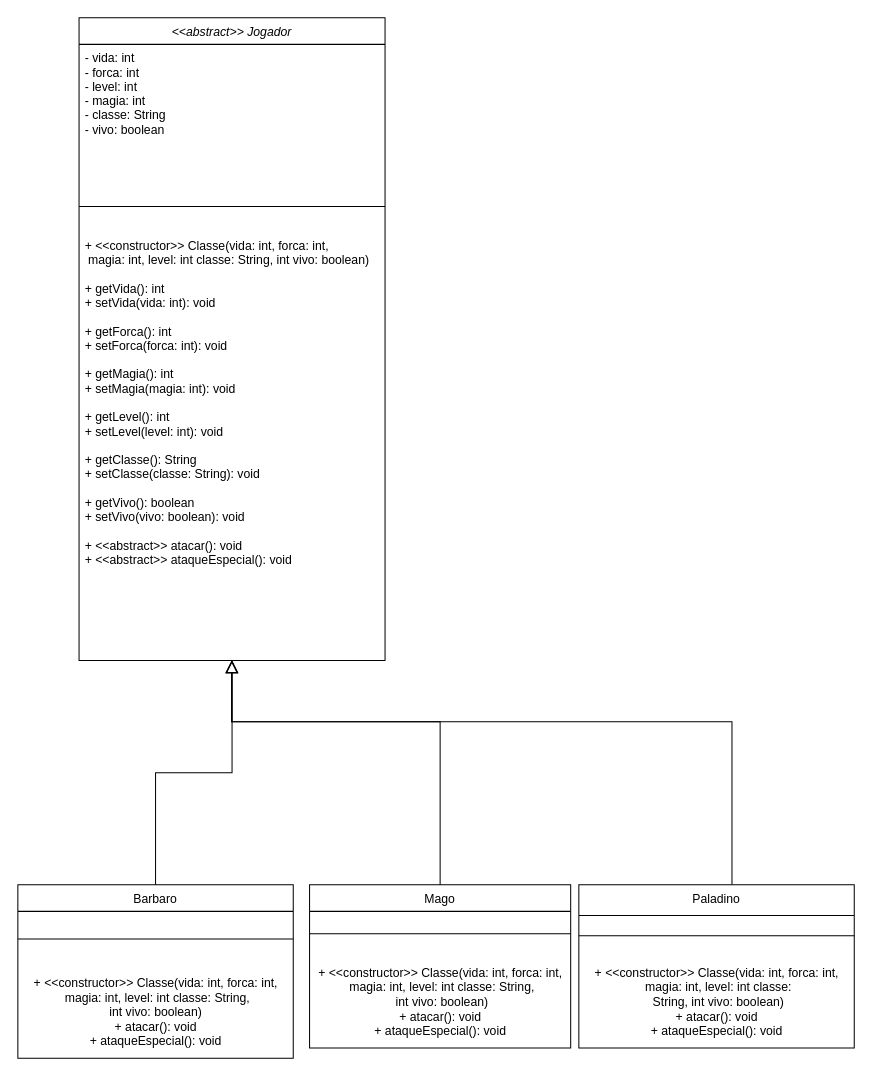
Earlier version of the draw.io diagram Diagrama sem nome.drawio (Pedry123/jogo_polimorfismo). Source tidied: cells renumbered, new cells numbered last; positions are measured from the earlier drawing's top-left corner, leaving out a move shared by most shapes. Both pictures are drawn from the tidied source at 102%, with x=0, y=0 at pixel (17, 17).
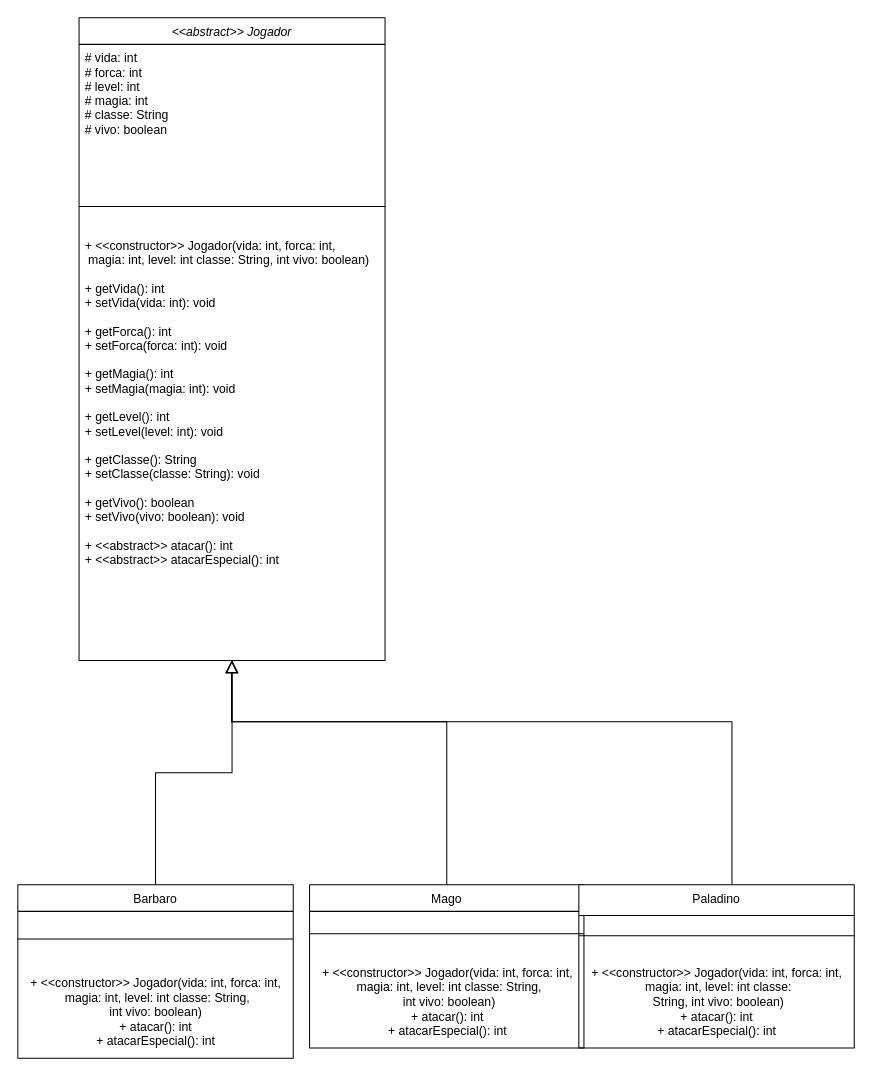
The same page after the edit.

The change refers to these unchanged cells:
```xml
<mxCell id="2" value="&lt;&lt;abstract&gt;&gt; Jogador" style="swimlane;fontStyle=2;align=center;verticalAlign=top;horizontal=1;startSize=26;rounded=0;shadow=0;strokeWidth=1;" parent="1" vertex="1">
  <mxGeometry x="60" width="300" height="630" as="geometry" />
</mxCell>
<mxCell id="7" value="Barbaro&#10;" style="swimlane;fontStyle=0;align=center;verticalAlign=top;horizontal=1;startSize=26;rounded=0;shadow=0;strokeWidth=1;" parent="1" vertex="1">
  <mxGeometry y="850" width="270" height="170" as="geometry" />
</mxCell>
<mxCell id="15" value="Paladino" style="swimlane;fontStyle=0;align=center;verticalAlign=top;horizontal=1;startSize=30;rounded=0;shadow=0;strokeWidth=1;" parent="1" vertex="1">
  <mxGeometry x="550" y="850" width="270" height="160" as="geometry" />
</mxCell>
```

Diff of the diagram source:
```diff
@@
-    <mxCell id="3" value="- vida: int&#10;- forca: int&#10;- level: int&#10;- magia: int&#10;- classe: String&#10;- vivo: boolean&#10;" style="text;align=left;verticalAlign=top;spacingLeft=4;spacingRight=4;overflow=hidden;" parent="2" vertex="1">
+    <mxCell id="3" value="# vida: int&#10;# forca: int&#10;# level: int&#10;# magia: int&#10;# classe: String&#10;# vivo: boolean&#10;" style="text;align=left;verticalAlign=top;spacingLeft=4;spacingRight=4;overflow=hidden;" parent="2" vertex="1">
       <mxGeometry y="26" width="300" height="134" as="geometry" />
     </mxCell>
@@
-    <mxCell id="6" value="+ &lt;&lt;constructor&gt;&gt; Classe(vida: int, forca: int,&#10; magia: int, level: int classe: String, int vivo: boolean)&#10;&#10;+ getVida(): int&#10;+ setVida(vida: int): void&#10;&#10;+ getForca(): int&#10;+ setForca(forca: int): void&#10;&#10;+ getMagia(): int&#10;+ setMagia(magia: int): void&#10;&#10;+ getLevel(): int&#10;+ setLevel(level: int): void&#10;&#10;+ getClasse(): String&#10;+ setClasse(classe: String): void&#10;&#10;+ getVivo(): boolean&#10;+ setVivo(vivo: boolean): void&#10;&#10;+ &lt;&lt;abstract&gt;&gt; atacar(): void&#10;+ &lt;&lt;abstract&gt;&gt; ataqueEspecial(): void&#10;" style="text;align=left;verticalAlign=top;spacingLeft=4;spacingRight=4;overflow=hidden;" parent="2" vertex="1">
+    <mxCell id="6" value="+ &lt;&lt;constructor&gt;&gt; Jogador(vida: int, forca: int,&#10; magia: int, level: int classe: String, int vivo: boolean)&#10;&#10;+ getVida(): int&#10;+ setVida(vida: int): void&#10;&#10;+ getForca(): int&#10;+ setForca(forca: int): void&#10;&#10;+ getMagia(): int&#10;+ setMagia(magia: int): void&#10;&#10;+ getLevel(): int&#10;+ setLevel(level: int): void&#10;&#10;+ getClasse(): String&#10;+ setClasse(classe: String): void&#10;&#10;+ getVivo(): boolean&#10;+ setVivo(vivo: boolean): void&#10;&#10;+ &lt;&lt;abstract&gt;&gt; atacar(): int&#10;+ &lt;&lt;abstract&gt;&gt; atacarEspecial(): int&#10;" style="text;align=left;verticalAlign=top;spacingLeft=4;spacingRight=4;overflow=hidden;" parent="2" vertex="1">
       <mxGeometry y="210" width="300" height="420" as="geometry" />
     </mxCell>
@@
-    <mxCell id="9" value="+ &amp;lt;&amp;lt;constructor&amp;gt;&amp;gt; Classe(vida: int, forca: int,&lt;br style=&quot;border-color: var(--border-color); padding: 0px; margin: 0px; text-align: left;&quot;&gt;&lt;span style=&quot;text-align: left;&quot;&gt;&amp;nbsp;magia: int, level: int classe: String, &lt;br&gt;int vivo: boolean)&lt;/span&gt;&lt;br&gt;+ atacar(): void&lt;br&gt;+ ataqueEspecial(): void" style="text;html=1;align=center;verticalAlign=middle;strokeColor=none;fillColor=none;" parent="7" vertex="1">
+    <mxCell id="9" value="+ &amp;lt;&amp;lt;constructor&amp;gt;&amp;gt; Jogador(vida: int, forca: int,&lt;br style=&quot;border-color: var(--border-color); padding: 0px; margin: 0px; text-align: left;&quot;&gt;&lt;span style=&quot;text-align: left;&quot;&gt;&amp;nbsp;magia: int, level: int classe: String, &lt;br&gt;int vivo: boolean)&lt;/span&gt;&lt;br&gt;+ atacar(): int&lt;br&gt;+ atacarEspecial(): int" style="text;html=1;align=center;verticalAlign=middle;strokeColor=none;fillColor=none;" parent="7" vertex="1">
       <mxGeometry y="80" width="270" height="90" as="geometry" />
     </mxCell>
@@
     <mxCell id="11" value="Mago" style="swimlane;fontStyle=0;align=center;verticalAlign=top;horizontal=1;startSize=26;rounded=0;shadow=0;strokeWidth=1;" parent="1" vertex="1">
-      <mxGeometry x="286" y="850" width="256" height="160" as="geometry" />
+      <mxGeometry x="286" y="850" width="269" height="160" as="geometry" />
     </mxCell>
     <mxCell id="12" style="line;html=1;strokeWidth=1;align=left;verticalAlign=middle;spacingTop=-1;spacingLeft=3;spacingRight=3;labelPosition=right;" parent="11" vertex="1">
-      <mxGeometry y="26" width="256" height="44" as="geometry" />
+      <mxGeometry y="26" width="269" height="44" as="geometry" />
     </mxCell>
-    <mxCell id="13" value="+ &amp;lt;&amp;lt;constructor&amp;gt;&amp;gt; Classe(vida: int, forca: int,&lt;br style=&quot;border-color: var(--border-color); padding: 0px; margin: 0px; text-align: left;&quot;&gt;&lt;span style=&quot;text-align: left;&quot;&gt;&amp;nbsp;magia: int, level: int classe: String,&lt;br&gt;&amp;nbsp;int vivo: boolean)&lt;br&gt;&lt;/span&gt;+ atacar(): void&lt;br&gt;+ ataqueEspecial(): void" style="text;html=1;align=center;verticalAlign=middle;strokeColor=none;fillColor=none;" parent="11" vertex="1">
-      <mxGeometry y="70" width="256" height="90" as="geometry" />
+    <mxCell id="13" value="+ &amp;lt;&amp;lt;constructor&amp;gt;&amp;gt; Jogador(vida: int, forca: int,&lt;br style=&quot;border-color: var(--border-color); padding: 0px; margin: 0px; text-align: left;&quot;&gt;&lt;span style=&quot;text-align: left;&quot;&gt;&amp;nbsp;magia: int, level: int classe: String,&lt;br&gt;&amp;nbsp;int vivo: boolean)&lt;br&gt;&lt;/span&gt;+ atacar(): int&lt;br&gt;+ atacarEspecial(): int" style="text;html=1;align=center;verticalAlign=middle;strokeColor=none;fillColor=none;" parent="11" vertex="1">
+      <mxGeometry y="70" width="269" height="90" as="geometry" />
     </mxCell>
@@
-    <mxCell id="17" value="+ &amp;lt;&amp;lt;constructor&amp;gt;&amp;gt; Classe(vida: int, forca: int,&lt;br style=&quot;border-color: var(--border-color); padding: 0px; margin: 0px; text-align: left;&quot;&gt;&lt;span style=&quot;text-align: left;&quot;&gt;&amp;nbsp;magia: int, level: int classe:&lt;br&gt;&amp;nbsp;String, int vivo: boolean)&lt;/span&gt;&lt;br&gt;+ atacar(): void&lt;br&gt;+ ataqueEspecial(): void" style="text;html=1;align=center;verticalAlign=middle;strokeColor=none;fillColor=none;" parent="15" vertex="1">
+    <mxCell id="17" value="+ &amp;lt;&amp;lt;constructor&amp;gt;&amp;gt; Jogador(vida: int, forca: int,&lt;br style=&quot;border-color: var(--border-color); padding: 0px; margin: 0px; text-align: left;&quot;&gt;&lt;span style=&quot;text-align: left;&quot;&gt;&amp;nbsp;magia: int, level: int classe:&lt;br&gt;&amp;nbsp;String, int vivo: boolean)&lt;/span&gt;&lt;br&gt;+ atacar(): int&lt;br&gt;+ atacarEspecial(): int" style="text;html=1;align=center;verticalAlign=middle;strokeColor=none;fillColor=none;" parent="15" vertex="1">
       <mxGeometry y="70" width="270" height="90" as="geometry" />
     </mxCell>
```
